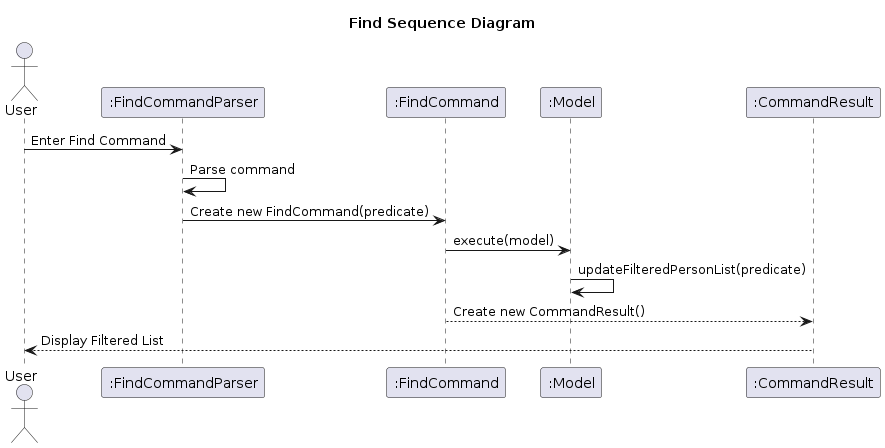
Above: diagrams/FindSequenceDiagram.png in AY2324S1-CS2103T-T14-3/tp (PlantUML), before the change. Its source is kept beside it as diagrams/FindSequenceDiagram.puml. The source it was exported from:
```plantuml
@startuml
title Find Sequence Diagram

actor User as U
participant ":FindCommandParser" as Parser
participant ":FindCommand" as Command
participant ":Model" as Model
participant ":CommandResult" as CommandResult

U -> Parser: Enter Find Command
Parser -> Parser: Parse command
Parser -> Command: Create new FindCommand(predicate)

Command -> Model: execute(model)
Model -> Model: updateFilteredPersonList(predicate)
Command --> CommandResult: Create new CommandResult()

CommandResult --> U: Display Filtered List
@enduml
```
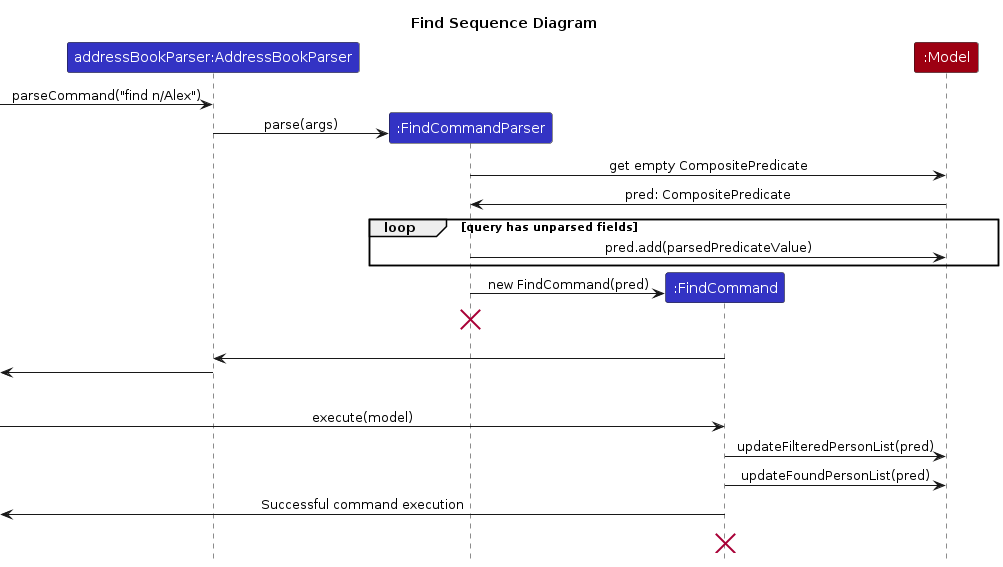
After the commit.

Diff of the diagram source:
```diff
@@ -1,19 +1,34 @@
 @startuml
+!include style.puml
+skinparam ArrowFontStyle plain
+
 title Find Sequence Diagram
 
-actor User as U
-participant ":FindCommandParser" as Parser
-participant ":FindCommand" as Command
-participant ":Model" as Model
-participant ":CommandResult" as CommandResult
+participant "addressBookParser:AddressBookParser" as Parser LOGIC_COLOR
+participant ":FindCommandParser" as FindParser LOGIC_COLOR
+participant ":FindCommand" as Command LOGIC_COLOR
+participant ":Model" as Model MODEL_COLOR
 
-U -> Parser: Enter Find Command
-Parser -> Parser: Parse command
-Parser -> Command: Create new FindCommand(predicate)
-
-Command -> Model: execute(model)
-Model -> Model: updateFilteredPersonList(predicate)
-Command --> CommandResult: Create new CommandResult()
-
-CommandResult --> U: Display Filtered List
+[-> Parser: parseCommand("find n/Alex")
+Create FindParser
+Parser -> FindParser: parse(args)
+FindParser -> Model: get empty CompositePredicate
+Model -> FindParser: pred: CompositePredicate
+loop query has unparsed fields
+FindParser -> Model: pred.add(parsedPredicateValue)
+end
+Create Command
+FindParser -> Command: new FindCommand(pred)
+FindParser -[hidden]> Command
+destroy FindParser
+|||
+Command -> Parser
+<- Parser
+|||
+[-> Command: execute(model)
+Command -> Model: updateFilteredPersonList(pred)
+Command -> Model: updateFoundPersonList(pred)
+<- Command : Successful command execution
+<[hidden]- Command : Successful command execution
+destroy Command
 @enduml
```
